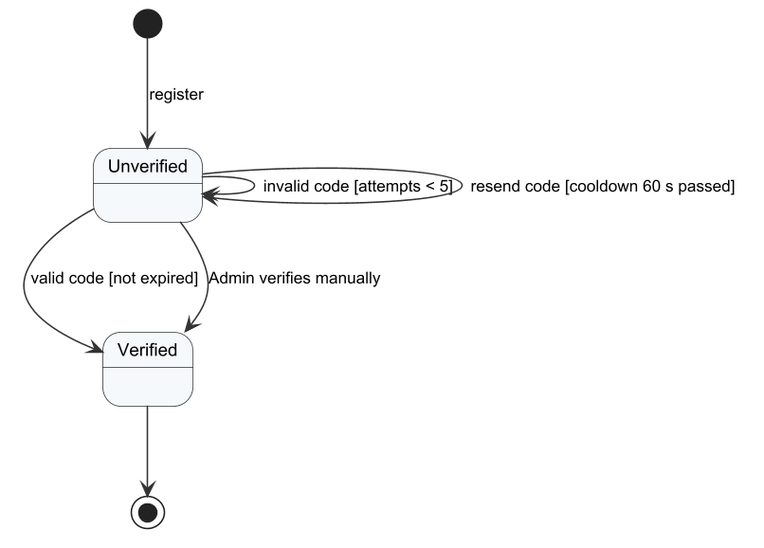
Tad-Min/PickleVerse keeps this PlantUML diagram as Doc/Project_report/Report/diagrams/png/r4_sm_email.png. Above is the earlier version. Its diagram source:
```plantuml
@startuml r4_sm_email
!include _style.iuml
[*] --> Unverified : register
Unverified --> Unverified : invalid code [attempts < 5]
Unverified --> Unverified : resend code [cooldown 60 s passed]
Unverified --> Verified : valid code [not expired]
Unverified --> Verified : Admin verifies manually
Verified --> [*]
@enduml
```
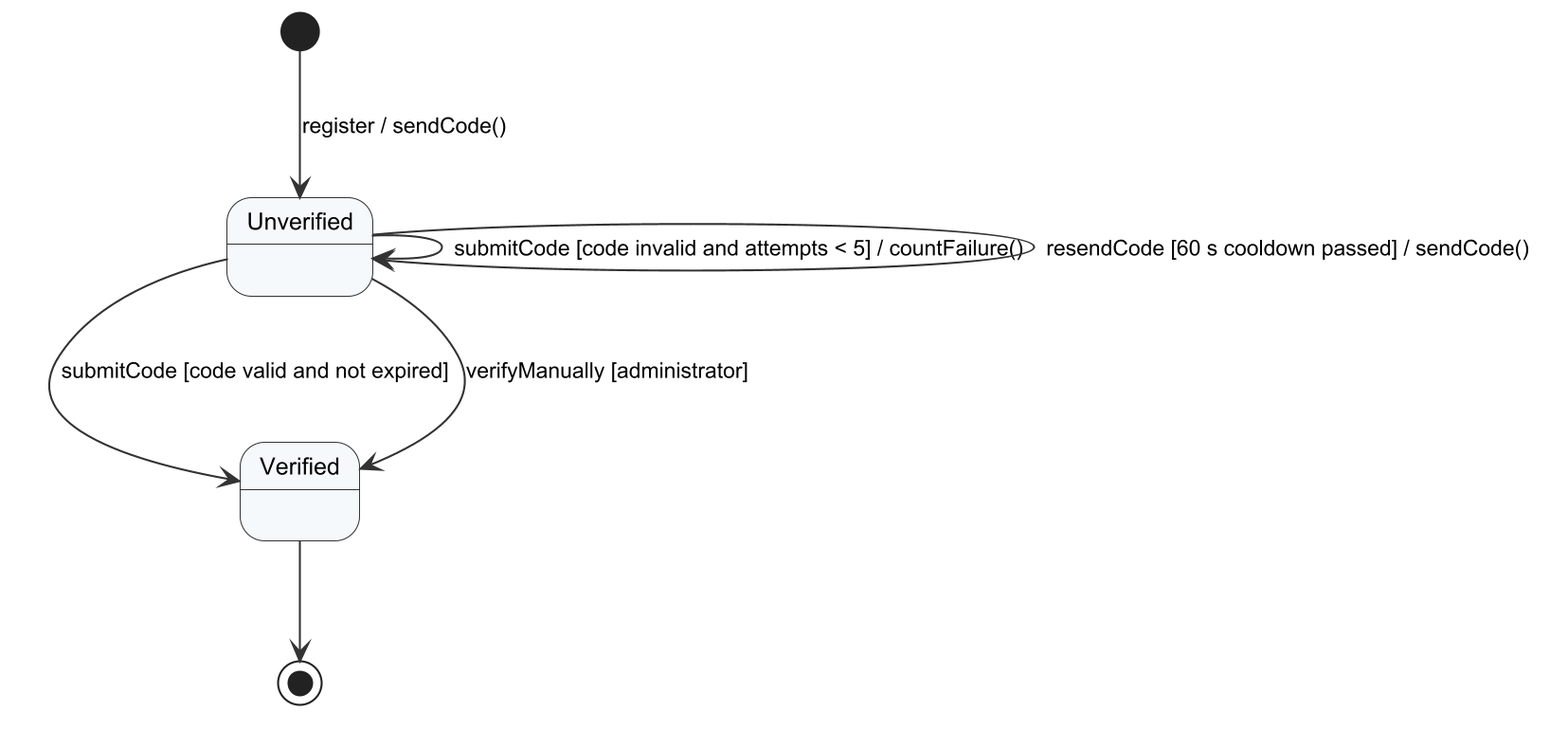
Later version of the same file.

Diff of the diagram source:
```diff
@@ -1,9 +1,9 @@
 @startuml r4_sm_email
 !include _style.iuml
-[*] --> Unverified : register
-Unverified --> Unverified : invalid code [attempts < 5]
-Unverified --> Unverified : resend code [cooldown 60 s passed]
-Unverified --> Verified : valid code [not expired]
-Unverified --> Verified : Admin verifies manually
+[*] --> Unverified : register / sendCode()
+Unverified --> Unverified : submitCode [code invalid and attempts < 5] / countFailure()
+Unverified --> Unverified : resendCode [60 s cooldown passed] / sendCode()
+Unverified --> Verified : submitCode [code valid and not expired]
+Unverified --> Verified : verifyManually [administrator]
 Verified --> [*]
 @enduml
```
